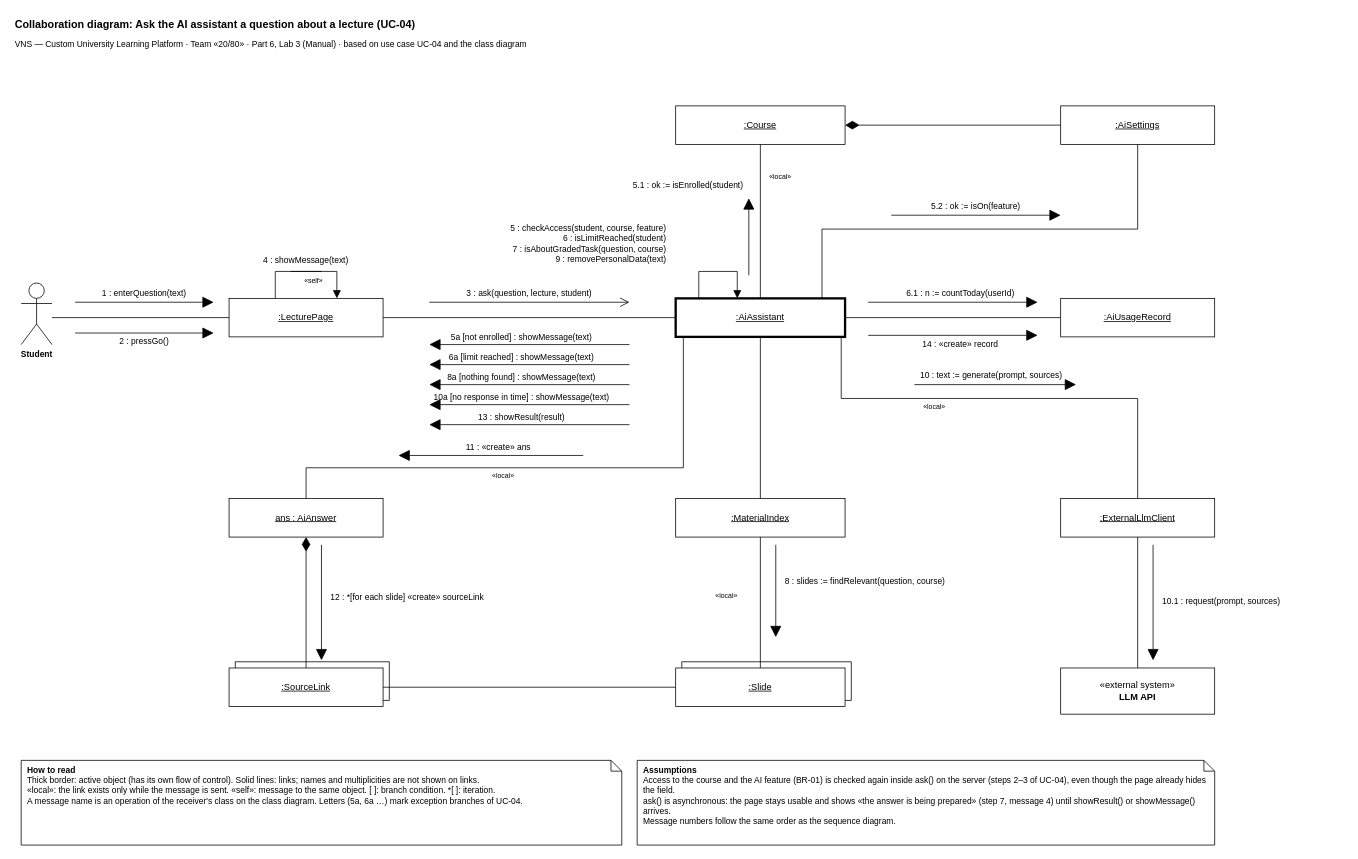
yarikshevchuk/business-analysis keeps this draw.io diagram as BA/Part 6_Diagramming UML-20260912/Done/Manual/Artifacts/1. Collaboration Diagram_VNS.drawio. Above is the earlier version. Source tidied: cells renumbered, new cells numbered last; positions are measured from the earlier drawing's top-left corner, leaving out a move shared by most shapes. Both pictures are drawn from the tidied source at 77%, with x=0, y=0 at pixel (13, 13).
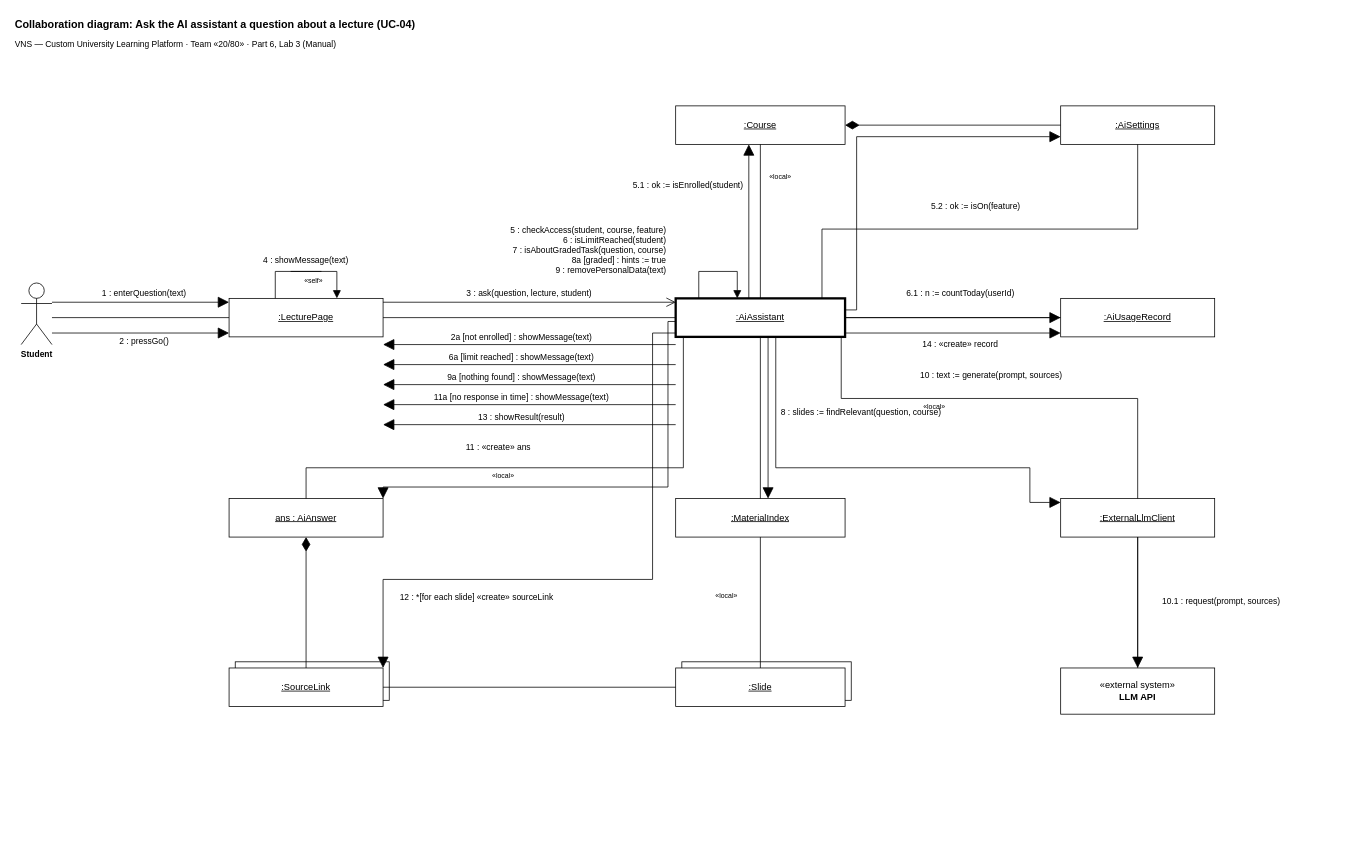
Above is the later version.

What changed in the source:
```diff
@@
-    <mxCell id="3" value="VNS — Custom University Learning Platform · Team «20/80» · Part 6, Lab 3 (Manual) · based on use case UC-04 and the class diagram" style="text;html=1;align=left;verticalAlign=middle;fontSize=11;whiteSpace=wrap;" parent="1" vertex="1">
+    <mxCell id="3" value="VNS — Custom University Learning Platform · Team «20/80» · Part 6, Lab 3 (Manual)" style="text;html=1;align=left;verticalAlign=middle;fontSize=11;whiteSpace=wrap;" parent="1" vertex="1">
       <mxGeometry y="30" width="1500" height="20" as="geometry" />
     </mxCell>
@@
     <mxCell id="40" style="html=1;rounded=0;strokeColor=#000000;endArrow=block;endFill=1;endSize=12;" parent="1" edge="1">
       <mxGeometry relative="1" as="geometry">
-        <mxPoint x="80" y="375" as="sourcePoint" />
-        <mxPoint x="260" y="375" as="targetPoint" />
+        <mxPoint x="50" y="375" as="sourcePoint" />
+        <mxPoint x="280" y="375" as="targetPoint" />
       </mxGeometry>
     </mxCell>
@@
     <mxCell id="42" style="html=1;rounded=0;strokeColor=#000000;endArrow=block;endFill=1;endSize=12;" parent="1" edge="1">
       <mxGeometry relative="1" as="geometry">
-        <mxPoint x="80" y="415" as="sourcePoint" />
-        <mxPoint x="260" y="415" as="targetPoint" />
+        <mxPoint x="50" y="415" as="sourcePoint" />
+        <mxPoint x="280" y="415" as="targetPoint" />
       </mxGeometry>
     </mxCell>
@@
     <mxCell id="46" style="html=1;rounded=0;strokeColor=#000000;endArrow=open;endSize=10;" parent="1" edge="1">
       <mxGeometry relative="1" as="geometry">
-        <mxPoint x="540" y="375" as="sourcePoint" />
-        <mxPoint x="800" y="375" as="targetPoint" />
+        <mxPoint x="480" y="375" as="sourcePoint" />
+        <mxPoint x="860" y="375" as="targetPoint" />
       </mxGeometry>
     </mxCell>
@@
     <mxCell id="48" style="html=1;rounded=0;strokeColor=#000000;endArrow=block;endFill=1;endSize=12;" parent="1" edge="1">
       <mxGeometry relative="1" as="geometry">
-        <mxPoint x="800" y="430" as="sourcePoint" />
-        <mxPoint x="540" y="430" as="targetPoint" />
+        <mxPoint x="860" y="430" as="sourcePoint" />
+        <mxPoint x="480" y="430" as="targetPoint" />
       </mxGeometry>
     </mxCell>
-    <mxCell id="49" value="5a [not enrolled] : showMessage(text)" style="text;html=1;align=center;verticalAlign=middle;fontSize=11;whiteSpace=wrap;" parent="1" vertex="1">
+    <mxCell id="49" value="2a [not enrolled] : showMessage(text)" style="text;html=1;align=center;verticalAlign=middle;fontSize=11;whiteSpace=wrap;" parent="1" vertex="1">
       <mxGeometry x="500" y="412" width="320" height="16" as="geometry" />
     </mxCell>
     <mxCell id="50" style="html=1;rounded=0;strokeColor=#000000;endArrow=block;endFill=1;endSize=12;" parent="1" edge="1">
       <mxGeometry relative="1" as="geometry">
-        <mxPoint x="800" y="456" as="sourcePoint" />
-        <mxPoint x="540" y="456" as="targetPoint" />
+        <mxPoint x="860" y="456" as="sourcePoint" />
+        <mxPoint x="480" y="456" as="targetPoint" />
       </mxGeometry>
     </mxCell>
@@
     <mxCell id="52" style="html=1;rounded=0;strokeColor=#000000;endArrow=block;endFill=1;endSize=12;" parent="1" edge="1">
       <mxGeometry relative="1" as="geometry">
-        <mxPoint x="800" y="482" as="sourcePoint" />
-        <mxPoint x="540" y="482" as="targetPoint" />
+        <mxPoint x="860" y="482" as="sourcePoint" />
+        <mxPoint x="480" y="482" as="targetPoint" />
       </mxGeometry>
     </mxCell>
-    <mxCell id="53" value="8a [nothing found] : showMessage(text)" style="text;html=1;align=center;verticalAlign=middle;fontSize=11;whiteSpace=wrap;" parent="1" vertex="1">
+    <mxCell id="53" value="9a [nothing found] : showMessage(text)" style="text;html=1;align=center;verticalAlign=middle;fontSize=11;whiteSpace=wrap;" parent="1" vertex="1">
       <mxGeometry x="500" y="464" width="320" height="16" as="geometry" />
     </mxCell>
     <mxCell id="54" style="html=1;rounded=0;strokeColor=#000000;endArrow=block;endFill=1;endSize=12;" parent="1" edge="1">
       <mxGeometry relative="1" as="geometry">
-        <mxPoint x="800" y="508" as="sourcePoint" />
-        <mxPoint x="540" y="508" as="targetPoint" />
+        <mxPoint x="860" y="508" as="sourcePoint" />
+        <mxPoint x="480" y="508" as="targetPoint" />
       </mxGeometry>
     </mxCell>
-    <mxCell id="55" value="10a [no response in time] : showMessage(text)" style="text;html=1;align=center;verticalAlign=middle;fontSize=11;whiteSpace=wrap;" parent="1" vertex="1">
+    <mxCell id="55" value="11a [no response in time] : showMessage(text)" style="text;html=1;align=center;verticalAlign=middle;fontSize=11;whiteSpace=wrap;" parent="1" vertex="1">
       <mxGeometry x="500" y="490" width="320" height="16" as="geometry" />
     </mxCell>
     <mxCell id="56" style="html=1;rounded=0;strokeColor=#000000;endArrow=block;endFill=1;endSize=12;" parent="1" edge="1">
       <mxGeometry relative="1" as="geometry">
-        <mxPoint x="800" y="534" as="sourcePoint" />
-        <mxPoint x="540" y="534" as="targetPoint" />
+        <mxPoint x="860" y="534" as="sourcePoint" />
+        <mxPoint x="480" y="534" as="targetPoint" />
       </mxGeometry>
     </mxCell>
@@
-    <mxCell id="58" value="5 : checkAccess(student, course, feature)&lt;br&gt;6 : isLimitReached(student)&lt;br&gt;7 : isAboutGradedTask(question, course)&lt;br&gt;9 : removePersonalData(text)" style="text;html=1;align=right;verticalAlign=middle;fontSize=11;whiteSpace=wrap;" parent="1" vertex="1">
-      <mxGeometry x="520" y="262" width="330" height="74" as="geometry" />
+    <mxCell id="58" value="5 : checkAccess(student, course, feature)&lt;br&gt;6 : isLimitReached(student)&lt;br&gt;7 : isAboutGradedTask(question, course)&lt;br&gt;8a [graded] : hints := true&lt;br&gt;9 : removePersonalData(text)" style="text;html=1;align=right;verticalAlign=middle;fontSize=11;whiteSpace=wrap;" parent="1" vertex="1">
+      <mxGeometry x="520" y="262" width="330" height="92" as="geometry" />
     </mxCell>
     <mxCell id="59" style="html=1;rounded=0;strokeColor=#000000;endArrow=block;endFill=1;endSize=12;" parent="1" edge="1">
       <mxGeometry relative="1" as="geometry">
-        <mxPoint x="955" y="340" as="sourcePoint" />
-        <mxPoint x="955" y="240" as="targetPoint" />
+        <mxPoint x="955" y="370" as="sourcePoint" />
+        <mxPoint x="955" y="170" as="targetPoint" />
       </mxGeometry>
     </mxCell>
@@
     <mxCell id="61" style="html=1;rounded=0;strokeColor=#000000;endArrow=block;endFill=1;endSize=12;" parent="1" edge="1">
       <mxGeometry relative="1" as="geometry">
-        <mxPoint x="1140" y="262" as="sourcePoint" />
-        <mxPoint x="1360" y="262" as="targetPoint" />
+        <mxPoint x="1080" y="385" as="sourcePoint" />
+        <mxPoint x="1360" y="160" as="targetPoint" />
+        <Array as="points">
+          <mxPoint x="1095" y="385" />
+          <mxPoint x="1095" y="160" />
+        </Array>
       </mxGeometry>
     </mxCell>
@@
     <mxCell id="63" style="html=1;rounded=0;strokeColor=#000000;endArrow=block;endFill=1;endSize=12;" parent="1" edge="1">
       <mxGeometry relative="1" as="geometry">
-        <mxPoint x="1110" y="375" as="sourcePoint" />
-        <mxPoint x="1330" y="375" as="targetPoint" />
+        <mxPoint x="1080" y="395" as="sourcePoint" />
+        <mxPoint x="1360" y="395" as="targetPoint" />
       </mxGeometry>
     </mxCell>
@@
     <mxCell id="65" style="html=1;rounded=0;strokeColor=#000000;endArrow=block;endFill=1;endSize=12;" parent="1" edge="1">
       <mxGeometry relative="1" as="geometry">
-        <mxPoint x="1110" y="418" as="sourcePoint" />
-        <mxPoint x="1330" y="418" as="targetPoint" />
+        <mxPoint x="1080" y="415" as="sourcePoint" />
+        <mxPoint x="1360" y="415" as="targetPoint" />
       </mxGeometry>
     </mxCell>
@@
     <mxCell id="67" style="html=1;rounded=0;strokeColor=#000000;endArrow=block;endFill=1;endSize=12;" parent="1" edge="1">
       <mxGeometry relative="1" as="geometry">
-        <mxPoint x="990" y="690" as="sourcePoint" />
-        <mxPoint x="990" y="810" as="targetPoint" />
+        <mxPoint x="980" y="420" as="sourcePoint" />
+        <mxPoint x="980" y="630" as="targetPoint" />
       </mxGeometry>
     </mxCell>
     <mxCell id="68" value="8 : slides := findRelevant(question, course)" style="text;html=1;align=left;verticalAlign=middle;fontSize=11;whiteSpace=wrap;" parent="1" vertex="1">
-      <mxGeometry x="1000" y="730" width="300" height="16" as="geometry" />
+      <mxGeometry x="995" y="510" width="300" height="16" as="geometry" />
     </mxCell>
     <mxCell id="69" style="html=1;rounded=0;strokeColor=#000000;endArrow=block;endFill=1;endSize=12;" parent="1" edge="1">
       <mxGeometry relative="1" as="geometry">
-        <mxPoint x="1170" y="482" as="sourcePoint" />
-        <mxPoint x="1380" y="482" as="targetPoint" />
+        <mxPoint x="990" y="420" as="sourcePoint" />
+        <mxPoint x="1360" y="635" as="targetPoint" />
+        <Array as="points">
+          <mxPoint x="990" y="590" />
+          <mxPoint x="1320" y="590" />
+          <mxPoint x="1320" y="635" />
+        </Array>
       </mxGeometry>
     </mxCell>
@@
     <mxCell id="71" style="html=1;rounded=0;strokeColor=#000000;endArrow=block;endFill=1;endSize=12;" parent="1" edge="1">
       <mxGeometry relative="1" as="geometry">
-        <mxPoint x="1480" y="690" as="sourcePoint" />
-        <mxPoint x="1480" y="840" as="targetPoint" />
+        <mxPoint x="1460" y="680" as="sourcePoint" />
+        <mxPoint x="1460" y="850" as="targetPoint" />
       </mxGeometry>
     </mxCell>
@@
     <mxCell id="73" style="html=1;rounded=0;strokeColor=#000000;endArrow=block;endFill=1;endSize=12;" parent="1" edge="1">
       <mxGeometry relative="1" as="geometry">
-        <mxPoint x="740" y="574" as="sourcePoint" />
-        <mxPoint x="500" y="574" as="targetPoint" />
+        <mxPoint x="860" y="400" as="sourcePoint" />
+        <mxPoint x="480" y="630" as="targetPoint" />
+        <Array as="points">
+          <mxPoint x="850" y="400" />
+          <mxPoint x="850" y="615" />
+          <mxPoint x="480" y="615" />
+        </Array>
       </mxGeometry>
     </mxCell>
@@
     <mxCell id="75" style="html=1;rounded=0;strokeColor=#000000;endArrow=block;endFill=1;endSize=12;" parent="1" edge="1">
       <mxGeometry relative="1" as="geometry">
-        <mxPoint x="400" y="690" as="sourcePoint" />
-        <mxPoint x="400" y="840" as="targetPoint" />
+        <mxPoint x="860" y="415" as="sourcePoint" />
+        <mxPoint x="480" y="850" as="targetPoint" />
+        <Array as="points">
+          <mxPoint x="830" y="415" />
+          <mxPoint x="830" y="735" />
+          <mxPoint x="480" y="735" />
+        </Array>
       </mxGeometry>
     </mxCell>
     <mxCell id="76" value="12 : *[for each slide] «create» sourceLink" style="text;html=1;align=left;verticalAlign=middle;fontSize=11;whiteSpace=wrap;" parent="1" vertex="1">
-      <mxGeometry x="410" y="750" width="300" height="16" as="geometry" />
+      <mxGeometry x="500" y="750" width="300" height="16" as="geometry" />
     </mxCell>
-    <mxCell id="77" value="&lt;b&gt;How to read&lt;/b&gt;&lt;br&gt;Thick border: active object (has its own flow of control). Solid lines: links; names and multiplicities are not shown on links.&lt;br&gt;«local»: the link exists only while the message is sent. «self»: message to the same object. [ ]: branch condition. *[ ]: iteration.&lt;br&gt;A message name is an operation of the receiver's class on the class diagram. Letters (5a, 6a …) mark exception branches of UC-04." style="shape=note;whiteSpace=wrap;html=1;size=14;fillColor=#ffffff;strokeColor=#000000;align=left;verticalAlign=top;spacingLeft=6;spacingRight=6;fontSize=11;" parent="1" vertex="1">
-      <mxGeometry x="10" y="970" width="780" height="110" as="geometry" />
-    </mxCell>
-    <mxCell id="78" value="&lt;b&gt;Assumptions&lt;/b&gt;&lt;br&gt;Access to the course and the AI feature (BR-01) is checked again inside ask() on the server (steps 2–3 of UC-04), even though the page already hides the field.&lt;br&gt;ask() is asynchronous: the page stays usable and shows «the answer is being prepared» (step 7, message 4) until showResult() or showMessage() arrives.&lt;br&gt;Message numbers follow the same order as the sequence diagram." style="shape=note;whiteSpace=wrap;html=1;size=14;fillColor=#ffffff;strokeColor=#000000;align=left;verticalAlign=top;spacingLeft=6;spacingRight=6;fontSize=11;" parent="1" vertex="1">
-      <mxGeometry x="810" y="970" width="750" height="110" as="geometry" />
-    </mxCell>
```
